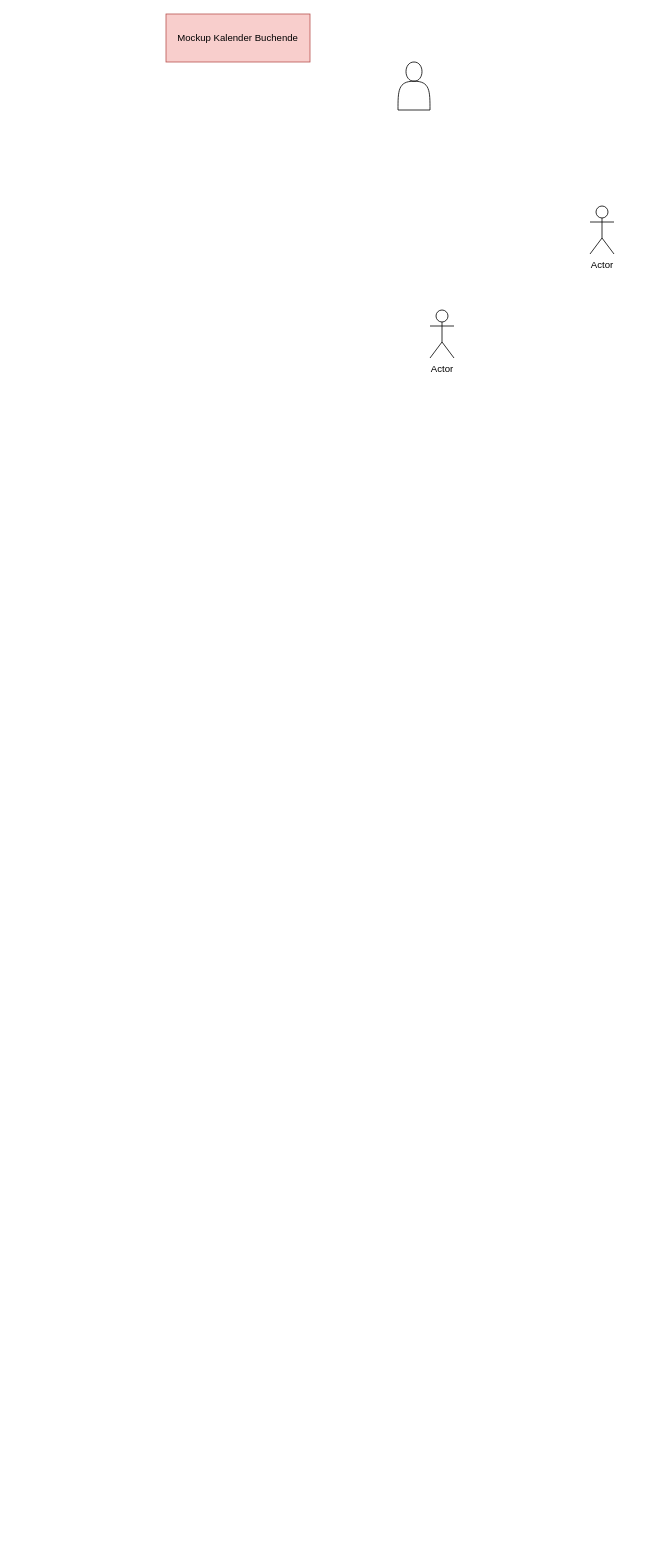
The draw.io diagram buchende.drawio in melanietreitinger/buchungstool, before the edit. Source tidied: cells renumbered, new cells numbered last; positions are measured from the earlier drawing's top-left corner, leaving out a move shared by most shapes. Both pictures are drawn from the tidied source at 80%, with x=0, y=0 at pixel (166, 14).
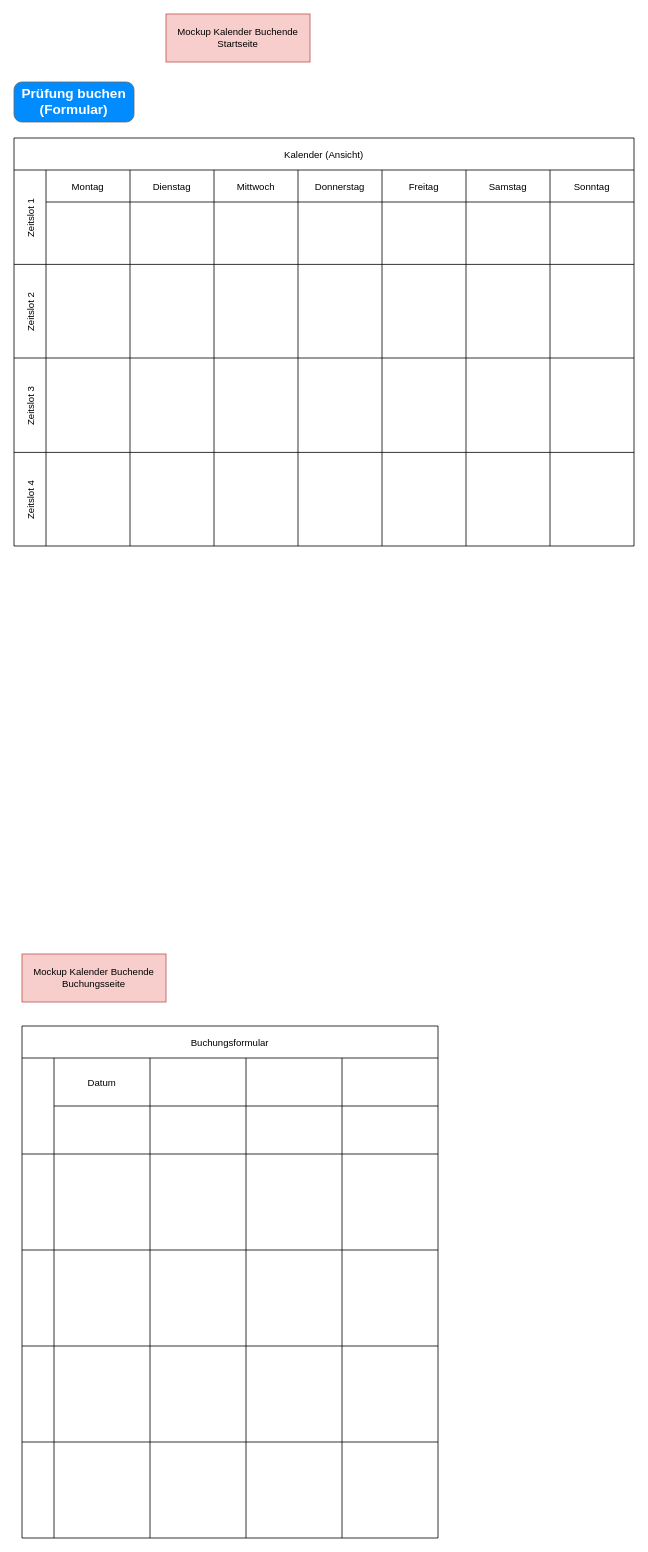
After the change.

The edit, as a diff of the source:
```diff
@@
-    <mxCell id="2" value="Mockup Kalender Buchende" style="rounded=0;whiteSpace=wrap;html=1;fillColor=#f8cecc;strokeColor=#b85450;" parent="1" vertex="1">
+    <mxCell id="2" value="Mockup Kalender Buchende Startseite" style="rounded=0;whiteSpace=wrap;html=1;fillColor=#f8cecc;strokeColor=#b85450;" parent="1" vertex="1">
       <mxGeometry width="180" height="60" as="geometry" />
     </mxCell>
-    <mxCell id="3" style="shape=actor;whiteSpace=wrap;html=1;" parent="1" vertex="1">
-      <mxGeometry x="290" y="60" width="40" height="60" as="geometry" />
-    </mxCell>
-    <mxCell id="4" value="Actor" style="shape=umlActor;verticalLabelPosition=bottom;verticalAlign=top;html=1;" parent="1" vertex="1">
-      <mxGeometry x="330" y="370" width="30" height="60" as="geometry" />
-    </mxCell>
-    <mxCell id="5" value="Actor" style="shape=umlActor;verticalLabelPosition=bottom;verticalAlign=top;html=1;" parent="1" vertex="1">
-      <mxGeometry x="530" y="240" width="30" height="60" as="geometry" />
-    </mxCell>
+    <mxCell id="6" value="Kalender (Ansicht)" style="shape=table;childLayout=tableLayout;startSize=40;" parent="1" vertex="1">
+      <mxGeometry x="-190" y="155" width="775" height="510" as="geometry" />
+    </mxCell>
+    <mxCell id="7" value="Zeitslot 1" style="shape=tableRow;horizontal=0;swimlaneHead=0;swimlaneBody=0;top=0;left=0;strokeColor=inherit;bottom=0;right=0;fontStyle=0;fillColor=none;startSize=40;" parent="6" vertex="1">
+      <mxGeometry y="40" width="775" height="118" as="geometry" />
+    </mxCell>
+    <mxCell id="8" value="Montag" style="swimlane;swimlaneHead=0;swimlaneBody=0;fontStyle=0;strokeColor=inherit;fillColor=none;startSize=40;" parent="7" vertex="1">
+      <mxGeometry x="40" width="105" height="118" as="geometry" />
+    </mxCell>
+    <mxCell id="9" value="Dienstag" style="swimlane;swimlaneHead=0;swimlaneBody=0;fontStyle=0;strokeColor=inherit;fillColor=none;startSize=40;" parent="7" vertex="1">
+      <mxGeometry x="145" width="105" height="118" as="geometry" />
+    </mxCell>
+    <mxCell id="10" value="Mittwoch" style="swimlane;swimlaneHead=0;swimlaneBody=0;fontStyle=0;strokeColor=inherit;fillColor=none;startSize=40;" parent="7" vertex="1">
+      <mxGeometry x="250" width="105" height="118" as="geometry" />
+    </mxCell>
+    <mxCell id="11" value="Donnerstag" style="swimlane;swimlaneHead=0;swimlaneBody=0;fontStyle=0;strokeColor=inherit;fillColor=none;startSize=40;" parent="7" vertex="1">
+      <mxGeometry x="355" width="105" height="118" as="geometry" />
+    </mxCell>
+    <mxCell id="12" value="Freitag" style="swimlane;swimlaneHead=0;swimlaneBody=0;fontStyle=0;strokeColor=inherit;fillColor=none;startSize=40;" parent="7" vertex="1">
+      <mxGeometry x="460" width="105" height="118" as="geometry" />
+    </mxCell>
+    <mxCell id="13" value="Samstag" style="swimlane;swimlaneHead=0;swimlaneBody=0;fontStyle=0;strokeColor=inherit;fillColor=none;startSize=40;" parent="7" vertex="1">
+      <mxGeometry x="565" width="105" height="118" as="geometry" />
+    </mxCell>
+    <mxCell id="14" value="Sonntag" style="swimlane;swimlaneHead=0;swimlaneBody=0;fontStyle=0;strokeColor=inherit;fillColor=none;startSize=40;" parent="7" vertex="1">
+      <mxGeometry x="670" width="105" height="118" as="geometry" />
+    </mxCell>
+    <mxCell id="15" value="Zeitslot 2" style="shape=tableRow;horizontal=0;swimlaneHead=0;swimlaneBody=0;top=0;left=0;strokeColor=inherit;bottom=0;right=0;fontStyle=0;fillColor=none;startSize=40;" parent="6" vertex="1">
+      <mxGeometry y="158" width="775" height="117" as="geometry" />
+    </mxCell>
+    <mxCell id="16" style="swimlane;swimlaneHead=0;swimlaneBody=0;fontStyle=0;strokeColor=inherit;fillColor=none;startSize=0;" parent="15" vertex="1">
+      <mxGeometry x="40" width="105" height="117" as="geometry" />
+    </mxCell>
+    <mxCell id="17" style="swimlane;swimlaneHead=0;swimlaneBody=0;fontStyle=0;strokeColor=inherit;fillColor=none;startSize=0;" parent="15" vertex="1">
+      <mxGeometry x="145" width="105" height="117" as="geometry" />
+    </mxCell>
+    <mxCell id="18" style="swimlane;swimlaneHead=0;swimlaneBody=0;fontStyle=0;strokeColor=inherit;fillColor=none;startSize=0;" parent="15" vertex="1">
+      <mxGeometry x="250" width="105" height="117" as="geometry" />
+    </mxCell>
+    <mxCell id="19" style="swimlane;swimlaneHead=0;swimlaneBody=0;fontStyle=0;strokeColor=inherit;fillColor=none;startSize=0;" parent="15" vertex="1">
+      <mxGeometry x="355" width="105" height="117" as="geometry" />
+    </mxCell>
+    <mxCell id="20" style="swimlane;swimlaneHead=0;swimlaneBody=0;fontStyle=0;strokeColor=inherit;fillColor=none;startSize=0;" parent="15" vertex="1">
+      <mxGeometry x="460" width="105" height="117" as="geometry" />
+    </mxCell>
+    <mxCell id="21" style="swimlane;swimlaneHead=0;swimlaneBody=0;fontStyle=0;strokeColor=inherit;fillColor=none;startSize=0;" parent="15" vertex="1">
+      <mxGeometry x="565" width="105" height="117" as="geometry" />
+    </mxCell>
+    <mxCell id="22" style="swimlane;swimlaneHead=0;swimlaneBody=0;fontStyle=0;strokeColor=inherit;fillColor=none;startSize=0;" parent="15" vertex="1">
+      <mxGeometry x="670" width="105" height="117" as="geometry" />
+    </mxCell>
+    <mxCell id="23" value="Zeitslot 3" style="shape=tableRow;horizontal=0;swimlaneHead=0;swimlaneBody=0;top=0;left=0;strokeColor=inherit;bottom=0;right=0;fontStyle=0;fillColor=none;startSize=40;" parent="6" vertex="1">
+      <mxGeometry y="275" width="775" height="118" as="geometry" />
+    </mxCell>
+    <mxCell id="24" style="swimlane;swimlaneHead=0;swimlaneBody=0;fontStyle=0;strokeColor=inherit;fillColor=none;startSize=0;" parent="23" vertex="1">
+      <mxGeometry x="40" width="105" height="118" as="geometry" />
+    </mxCell>
+    <mxCell id="25" style="swimlane;swimlaneHead=0;swimlaneBody=0;fontStyle=0;strokeColor=inherit;fillColor=none;startSize=0;" parent="23" vertex="1">
+      <mxGeometry x="145" width="105" height="118" as="geometry" />
+    </mxCell>
+    <mxCell id="26" style="swimlane;swimlaneHead=0;swimlaneBody=0;fontStyle=0;strokeColor=inherit;fillColor=none;startSize=0;" parent="23" vertex="1">
+      <mxGeometry x="250" width="105" height="118" as="geometry" />
+    </mxCell>
+    <mxCell id="27" style="swimlane;swimlaneHead=0;swimlaneBody=0;fontStyle=0;strokeColor=inherit;fillColor=none;startSize=0;" parent="23" vertex="1">
+      <mxGeometry x="355" width="105" height="118" as="geometry" />
+    </mxCell>
+    <mxCell id="28" style="swimlane;swimlaneHead=0;swimlaneBody=0;fontStyle=0;strokeColor=inherit;fillColor=none;startSize=0;" parent="23" vertex="1">
+      <mxGeometry x="460" width="105" height="118" as="geometry" />
+    </mxCell>
+    <mxCell id="29" style="swimlane;swimlaneHead=0;swimlaneBody=0;fontStyle=0;strokeColor=inherit;fillColor=none;startSize=0;" parent="23" vertex="1">
+      <mxGeometry x="565" width="105" height="118" as="geometry" />
+    </mxCell>
+    <mxCell id="30" style="swimlane;swimlaneHead=0;swimlaneBody=0;fontStyle=0;strokeColor=inherit;fillColor=none;startSize=0;" parent="23" vertex="1">
+      <mxGeometry x="670" width="105" height="118" as="geometry" />
+    </mxCell>
+    <mxCell id="31" value="Zeitslot 4" style="shape=tableRow;horizontal=0;swimlaneHead=0;swimlaneBody=0;top=0;left=0;strokeColor=inherit;bottom=0;right=0;fontStyle=0;fillColor=none;startSize=40;" parent="6" vertex="1">
+      <mxGeometry y="393" width="775" height="117" as="geometry" />
+    </mxCell>
+    <mxCell id="32" style="swimlane;swimlaneHead=0;swimlaneBody=0;fontStyle=0;strokeColor=inherit;fillColor=none;startSize=0;" parent="31" vertex="1">
+      <mxGeometry x="40" width="105" height="117" as="geometry" />
+    </mxCell>
+    <mxCell id="33" style="swimlane;swimlaneHead=0;swimlaneBody=0;fontStyle=0;strokeColor=inherit;fillColor=none;startSize=0;" parent="31" vertex="1">
+      <mxGeometry x="145" width="105" height="117" as="geometry" />
+    </mxCell>
+    <mxCell id="34" style="swimlane;swimlaneHead=0;swimlaneBody=0;fontStyle=0;strokeColor=inherit;fillColor=none;startSize=0;" parent="31" vertex="1">
+      <mxGeometry x="250" width="105" height="117" as="geometry" />
+    </mxCell>
+    <mxCell id="35" style="swimlane;swimlaneHead=0;swimlaneBody=0;fontStyle=0;strokeColor=inherit;fillColor=none;startSize=0;" parent="31" vertex="1">
+      <mxGeometry x="355" width="105" height="117" as="geometry" />
+    </mxCell>
+    <mxCell id="36" style="swimlane;swimlaneHead=0;swimlaneBody=0;fontStyle=0;strokeColor=inherit;fillColor=none;startSize=0;" parent="31" vertex="1">
+      <mxGeometry x="460" width="105" height="117" as="geometry" />
+    </mxCell>
+    <mxCell id="37" style="swimlane;swimlaneHead=0;swimlaneBody=0;fontStyle=0;strokeColor=inherit;fillColor=none;startSize=0;" parent="31" vertex="1">
+      <mxGeometry x="565" width="105" height="117" as="geometry" />
+    </mxCell>
+    <mxCell id="38" style="swimlane;swimlaneHead=0;swimlaneBody=0;fontStyle=0;strokeColor=inherit;fillColor=none;startSize=0;" parent="31" vertex="1">
+      <mxGeometry x="670" width="105" height="117" as="geometry" />
+    </mxCell>
+    <mxCell id="39" value="Prüfung buchen (Formular)" style="strokeWidth=1;shadow=0;dashed=0;align=center;html=1;shape=mxgraph.mockup.buttons.button;strokeColor=#666666;fontColor=#ffffff;mainText=;buttonStyle=round;fontSize=17;fontStyle=1;fillColor=#008cff;whiteSpace=wrap;" parent="1" vertex="1">
+      <mxGeometry x="-190" y="85" width="150" height="50" as="geometry" />
+    </mxCell>
+    <mxCell id="40" value="Mockup Kalender Buchende Buchungsseite" style="rounded=0;whiteSpace=wrap;html=1;fillColor=#f8cecc;strokeColor=#b85450;" parent="1" vertex="1">
+      <mxGeometry x="-180" y="1175" width="180" height="60" as="geometry" />
+    </mxCell>
+    <mxCell id="41" value="Buchungsformular" style="shape=table;childLayout=tableLayout;startSize=40;" parent="1" vertex="1">
+      <mxGeometry x="-180" y="1265" width="520" height="640" as="geometry" />
+    </mxCell>
+    <mxCell id="42" style="shape=tableRow;horizontal=0;swimlaneHead=0;swimlaneBody=0;top=0;left=0;strokeColor=inherit;bottom=0;right=0;fontStyle=0;fillColor=none;startSize=40;" parent="41" vertex="1">
+      <mxGeometry y="40" width="520" height="120" as="geometry" />
+    </mxCell>
+    <mxCell id="43" value="Datum" style="swimlane;swimlaneHead=0;swimlaneBody=0;fontStyle=0;strokeColor=inherit;fillColor=none;startSize=60;" parent="42" vertex="1">
+      <mxGeometry x="40" width="120" height="120" as="geometry" />
+    </mxCell>
+    <mxCell id="44" style="swimlane;swimlaneHead=0;swimlaneBody=0;fontStyle=0;strokeColor=inherit;fillColor=none;startSize=60;" parent="42" vertex="1">
+      <mxGeometry x="160" width="120" height="120" as="geometry" />
+    </mxCell>
+    <mxCell id="45" style="swimlane;swimlaneHead=0;swimlaneBody=0;fontStyle=0;strokeColor=inherit;fillColor=none;startSize=60;" parent="42" vertex="1">
+      <mxGeometry x="280" width="120" height="120" as="geometry" />
+    </mxCell>
+    <mxCell id="46" style="swimlane;swimlaneHead=0;swimlaneBody=0;fontStyle=0;strokeColor=inherit;fillColor=none;startSize=60;" parent="42" vertex="1">
+      <mxGeometry x="400" width="120" height="120" as="geometry" />
+    </mxCell>
+    <mxCell id="47" style="shape=tableRow;horizontal=0;swimlaneHead=0;swimlaneBody=0;top=0;left=0;strokeColor=inherit;bottom=0;right=0;fontStyle=0;fillColor=none;startSize=40;" parent="41" vertex="1">
+      <mxGeometry y="160" width="520" height="120" as="geometry" />
+    </mxCell>
+    <mxCell id="48" style="swimlane;swimlaneHead=0;swimlaneBody=0;fontStyle=0;strokeColor=inherit;fillColor=none;startSize=0;" parent="47" vertex="1">
+      <mxGeometry x="40" width="120" height="120" as="geometry" />
+    </mxCell>
+    <mxCell id="49" style="swimlane;swimlaneHead=0;swimlaneBody=0;fontStyle=0;strokeColor=inherit;fillColor=none;startSize=0;" parent="47" vertex="1">
+      <mxGeometry x="160" width="120" height="120" as="geometry" />
+    </mxCell>
+    <mxCell id="50" style="swimlane;swimlaneHead=0;swimlaneBody=0;fontStyle=0;strokeColor=inherit;fillColor=none;startSize=0;" parent="47" vertex="1">
+      <mxGeometry x="280" width="120" height="120" as="geometry" />
+    </mxCell>
+    <mxCell id="51" style="swimlane;swimlaneHead=0;swimlaneBody=0;fontStyle=0;strokeColor=inherit;fillColor=none;startSize=0;" parent="47" vertex="1">
+      <mxGeometry x="400" width="120" height="120" as="geometry" />
+    </mxCell>
+    <mxCell id="52" style="shape=tableRow;horizontal=0;swimlaneHead=0;swimlaneBody=0;top=0;left=0;strokeColor=inherit;bottom=0;right=0;fontStyle=0;fillColor=none;startSize=40;" parent="41" vertex="1">
+      <mxGeometry y="280" width="520" height="120" as="geometry" />
+    </mxCell>
+    <mxCell id="53" style="swimlane;swimlaneHead=0;swimlaneBody=0;fontStyle=0;strokeColor=inherit;fillColor=none;startSize=0;" parent="52" vertex="1">
+      <mxGeometry x="40" width="120" height="120" as="geometry" />
+    </mxCell>
+    <mxCell id="54" style="swimlane;swimlaneHead=0;swimlaneBody=0;fontStyle=0;strokeColor=inherit;fillColor=none;startSize=0;" parent="52" vertex="1">
+      <mxGeometry x="160" width="120" height="120" as="geometry" />
+    </mxCell>
+    <mxCell id="55" style="swimlane;swimlaneHead=0;swimlaneBody=0;fontStyle=0;strokeColor=inherit;fillColor=none;startSize=0;" parent="52" vertex="1">
+      <mxGeometry x="280" width="120" height="120" as="geometry" />
+    </mxCell>
+    <mxCell id="56" style="swimlane;swimlaneHead=0;swimlaneBody=0;fontStyle=0;strokeColor=inherit;fillColor=none;startSize=0;" parent="52" vertex="1">
+      <mxGeometry x="400" width="120" height="120" as="geometry" />
+    </mxCell>
+    <mxCell id="57" style="shape=tableRow;horizontal=0;swimlaneHead=0;swimlaneBody=0;top=0;left=0;strokeColor=inherit;bottom=0;right=0;fontStyle=0;fillColor=none;startSize=40;" parent="41" vertex="1">
+      <mxGeometry y="400" width="520" height="120" as="geometry" />
+    </mxCell>
+    <mxCell id="58" style="swimlane;swimlaneHead=0;swimlaneBody=0;fontStyle=0;strokeColor=inherit;fillColor=none;startSize=0;" parent="57" vertex="1">
+      <mxGeometry x="40" width="120" height="120" as="geometry" />
+    </mxCell>
+    <mxCell id="59" style="swimlane;swimlaneHead=0;swimlaneBody=0;fontStyle=0;strokeColor=inherit;fillColor=none;startSize=0;" parent="57" vertex="1">
+      <mxGeometry x="160" width="120" height="120" as="geometry" />
+    </mxCell>
+    <mxCell id="60" style="swimlane;swimlaneHead=0;swimlaneBody=0;fontStyle=0;strokeColor=inherit;fillColor=none;startSize=0;" parent="57" vertex="1">
+      <mxGeometry x="280" width="120" height="120" as="geometry" />
+    </mxCell>
+    <mxCell id="61" style="swimlane;swimlaneHead=0;swimlaneBody=0;fontStyle=0;strokeColor=inherit;fillColor=none;startSize=0;" parent="57" vertex="1">
+      <mxGeometry x="400" width="120" height="120" as="geometry" />
+    </mxCell>
+    <mxCell id="62" style="shape=tableRow;horizontal=0;swimlaneHead=0;swimlaneBody=0;top=0;left=0;strokeColor=inherit;bottom=0;right=0;fontStyle=0;fillColor=none;startSize=40;" parent="41" vertex="1">
+      <mxGeometry y="520" width="520" height="120" as="geometry" />
+    </mxCell>
+    <mxCell id="63" style="swimlane;swimlaneHead=0;swimlaneBody=0;fontStyle=0;strokeColor=inherit;fillColor=none;startSize=0;" parent="62" vertex="1">
+      <mxGeometry x="40" width="120" height="120" as="geometry" />
+    </mxCell>
+    <mxCell id="64" style="swimlane;swimlaneHead=0;swimlaneBody=0;fontStyle=0;strokeColor=inherit;fillColor=none;startSize=0;" parent="62" vertex="1">
+      <mxGeometry x="160" width="120" height="120" as="geometry" />
+    </mxCell>
+    <mxCell id="65" style="swimlane;swimlaneHead=0;swimlaneBody=0;fontStyle=0;strokeColor=inherit;fillColor=none;startSize=0;" parent="62" vertex="1">
+      <mxGeometry x="280" width="120" height="120" as="geometry" />
+    </mxCell>
+    <mxCell id="66" style="swimlane;swimlaneHead=0;swimlaneBody=0;fontStyle=0;strokeColor=inherit;fillColor=none;startSize=0;" parent="62" vertex="1">
+      <mxGeometry x="400" width="120" height="120" as="geometry" />
+    </mxCell>
```
